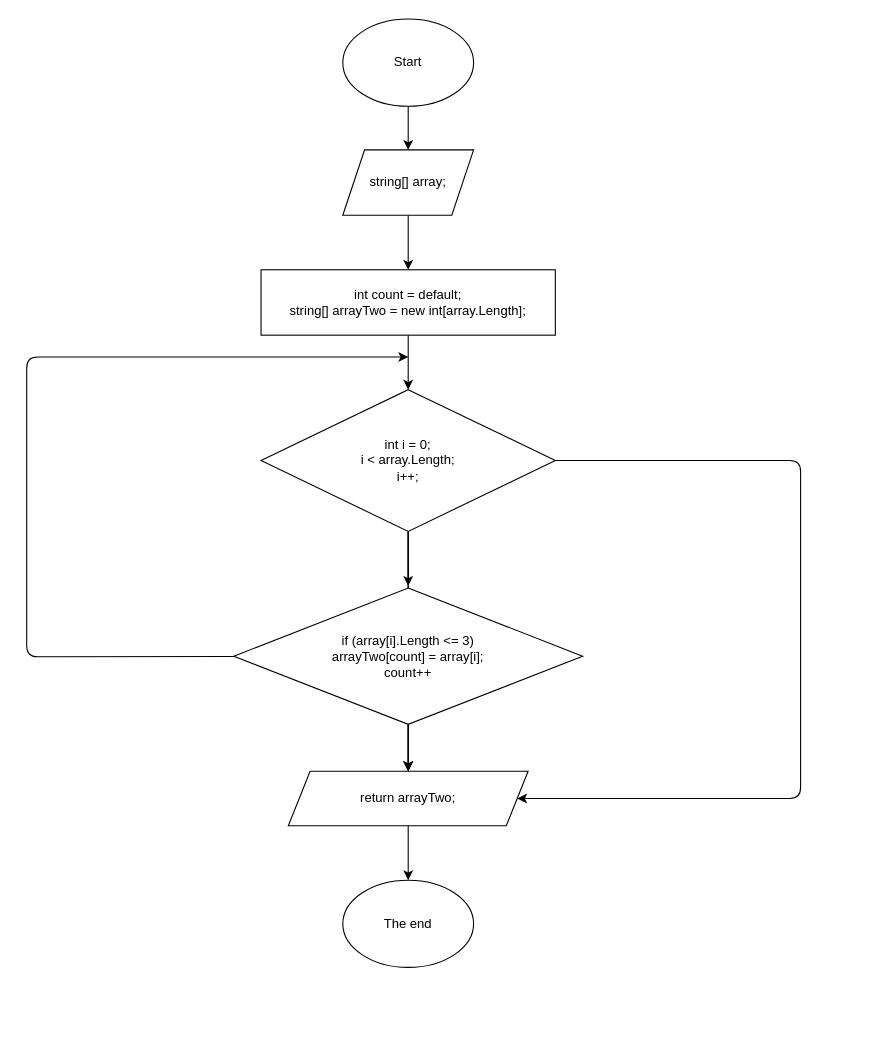
AlexSartsev/Finish_project keeps this draw.io diagram as schema/NumberOfCharacters_method.drawio. Above is the earlier version. Source tidied: cells renumbered, new cells numbered last; positions are measured from the earlier drawing's top-left corner, leaving out a move shared by most shapes. Both pictures are drawn from the tidied source at 109%, with x=0, y=0 at pixel (26, 19).
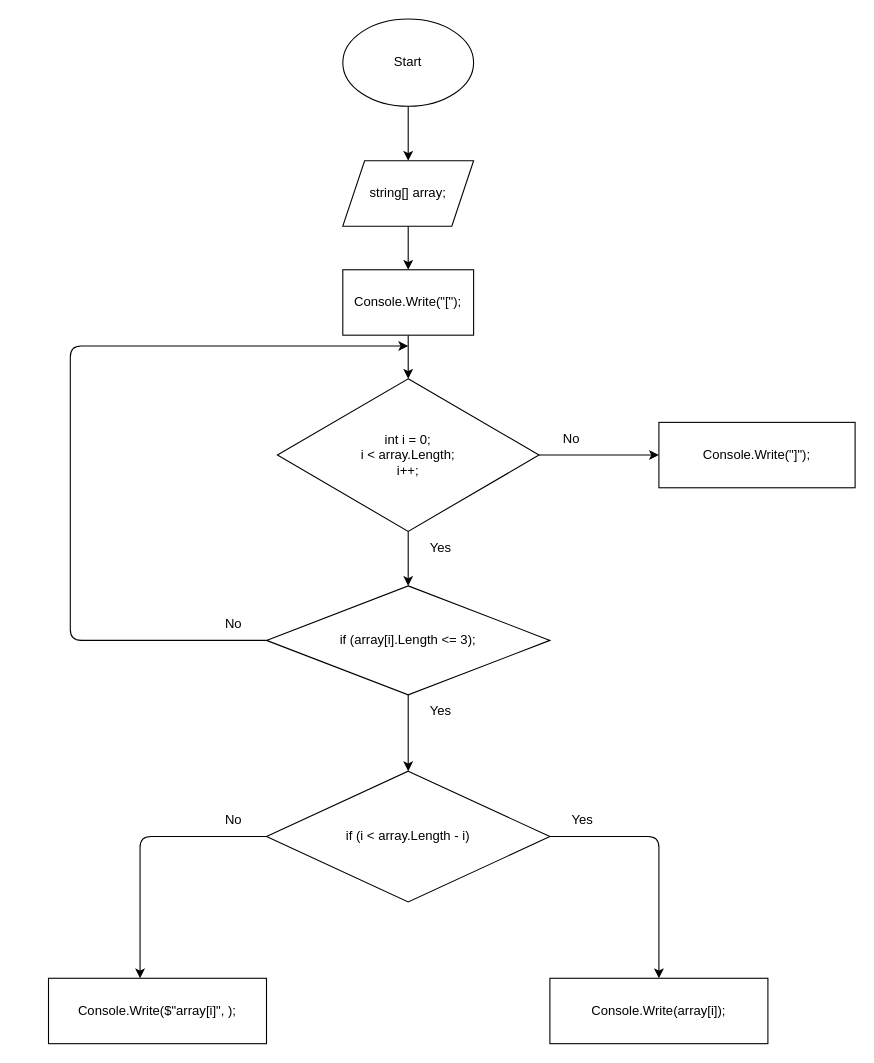
The same diagram, later.

Diff of the diagram source:
```diff
@@
-    <mxCell id="2" style="edgeStyle=none;html=1;entryX=0.5;entryY=0;entryDx=0;entryDy=0;" parent="1" edge="1" source="3" target="5">
-      <mxGeometry relative="1" as="geometry" />
-    </mxCell>
-    <mxCell id="3" value="Start" style="ellipse;whiteSpace=wrap;html=1;" parent="1" vertex="1">
-      <mxGeometry x="290" width="120" height="80" as="geometry" />
-    </mxCell>
-    <mxCell id="4" style="edgeStyle=none;html=1;entryX=0.5;entryY=0;entryDx=0;entryDy=0;" parent="1" edge="1" source="5" target="7">
-      <mxGeometry relative="1" as="geometry" />
-    </mxCell>
+    <mxCell id="20" style="edgeStyle=none;html=1;entryX=0.5;entryY=0;entryDx=0;entryDy=0;" parent="1" edge="1" source="11" target="5">
+      <mxGeometry relative="1" as="geometry" />
+    </mxCell>
+    <mxCell id="11" value="Start" style="ellipse;whiteSpace=wrap;html=1;" parent="1" vertex="1">
+      <mxGeometry x="290" width="120" height="80" as="geometry" />
+    </mxCell>
+    <mxCell id="21" style="edgeStyle=none;html=1;entryX=0.5;entryY=0;entryDx=0;entryDy=0;" parent="1" edge="1" source="5" target="25">
+      <mxGeometry relative="1" as="geometry" />
+    </mxCell>
     <mxCell id="5" value="string[] array;" style="shape=parallelogram;perimeter=parallelogramPerimeter;whiteSpace=wrap;html=1;fixedSize=1;" parent="1" vertex="1">
-      <mxGeometry x="290" y="120" width="120" height="60" as="geometry" />
+      <mxGeometry x="290" y="130" width="120" height="60" as="geometry" />
     </mxCell>
-    <mxCell id="6" style="edgeStyle=none;html=1;" parent="1" edge="1" source="7" target="12">
-      <mxGeometry relative="1" as="geometry" />
-    </mxCell>
-    <mxCell id="7" value="int count = default;&lt;br&gt;string[] arrayTwo = new int[array.Length];" style="rounded=0;whiteSpace=wrap;html=1;" parent="1" vertex="1">
-      <mxGeometry x="215" y="230" width="270" height="60" as="geometry" />
-    </mxCell>
-    <mxCell id="8" style="edgeStyle=none;html=1;" parent="1" edge="1" source="12">
-      <mxGeometry relative="1" as="geometry">
-        <mxPoint x="350" y="520" as="targetPoint" />
-      </mxGeometry>
-    </mxCell>
-    <mxCell id="9" style="edgeStyle=none;html=1;" parent="1" edge="1" source="12">
-      <mxGeometry relative="1" as="geometry">
-        <mxPoint x="350" y="690" as="targetPoint" />
-      </mxGeometry>
-    </mxCell>
-    <mxCell id="10" style="edgeStyle=none;html=1;entryX=0.5;entryY=0;entryDx=0;entryDy=0;startArrow=none;" parent="1" edge="1" source="18" target="16">
-      <mxGeometry relative="1" as="geometry" />
-    </mxCell>
-    <mxCell id="11" style="edgeStyle=none;html=1;" parent="1" edge="1" source="12" target="16">
-      <mxGeometry relative="1" as="geometry">
-        <Array as="points">
-          <mxPoint x="710" y="405" />
-          <mxPoint x="710" y="715" />
-        </Array>
-      </mxGeometry>
-    </mxCell>
+    <mxCell id="22" style="edgeStyle=none;html=1;entryX=0;entryY=0.5;entryDx=0;entryDy=0;" parent="1" edge="1" source="12" target="31">
+      <mxGeometry relative="1" as="geometry" />
+    </mxCell>
+    <mxCell id="23" style="edgeStyle=none;html=1;entryX=0.5;entryY=0;entryDx=0;entryDy=0;" parent="1" edge="1" source="12">
+      <mxGeometry relative="1" as="geometry">
+        <mxPoint x="350" y="520" as="targetPoint" />
+      </mxGeometry>
+    </mxCell>
     <mxCell id="12" value="int i = 0;&lt;br&gt;i &amp;lt; array.Length;&lt;br&gt;i++;" style="rhombus;whiteSpace=wrap;html=1;" parent="1" vertex="1">
-      <mxGeometry x="215" y="340" width="270" height="130" as="geometry" />
+      <mxGeometry x="230" y="330" width="240" height="140" as="geometry" />
     </mxCell>
-    <mxCell id="13" style="edgeStyle=none;html=1;entryX=0.5;entryY=0;entryDx=0;entryDy=0;" parent="1" edge="1" source="18" target="16">
-      <mxGeometry relative="1" as="geometry" />
-    </mxCell>
-    <mxCell id="14" style="edgeStyle=none;html=1;" parent="1" edge="1" source="18">
-      <mxGeometry relative="1" as="geometry">
-        <mxPoint x="350" y="310" as="targetPoint" />
-        <Array as="points">
-          <mxPoint y="585" />
-          <mxPoint y="310" />
-        </Array>
-      </mxGeometry>
-    </mxCell>
-    <mxCell id="15" style="edgeStyle=none;html=1;entryX=0.5;entryY=0;entryDx=0;entryDy=0;" parent="1" edge="1" source="16" target="17">
-      <mxGeometry relative="1" as="geometry" />
-    </mxCell>
-    <mxCell id="16" value="return arrayTwo;" style="shape=parallelogram;perimeter=parallelogramPerimeter;whiteSpace=wrap;html=1;fixedSize=1;" parent="1" vertex="1">
-      <mxGeometry x="240" y="690" width="220" height="50" as="geometry" />
-    </mxCell>
-    <mxCell id="17" value="The end" style="ellipse;whiteSpace=wrap;html=1;" parent="1" vertex="1">
-      <mxGeometry x="290" y="790" width="120" height="80" as="geometry" />
-    </mxCell>
-    <mxCell id="18" value="if (array[i].Length &amp;lt;= 3)&lt;br&gt;arrayTwo[count] = array[i];&lt;br&gt;count++" style="rhombus;whiteSpace=wrap;html=1;" parent="1" vertex="1">
-      <mxGeometry x="190" y="522" width="320" height="125" as="geometry" />
-    </mxCell>
-    <mxCell id="19" style="edgeStyle=none;html=1;entryX=0.5;entryY=0;entryDx=0;entryDy=0;endArrow=none;" parent="1" edge="1" source="12" target="18">
-      <mxGeometry relative="1" as="geometry" />
-    </mxCell>
+    <mxCell id="24" style="edgeStyle=none;html=1;entryX=0.5;entryY=0;entryDx=0;entryDy=0;" parent="1" edge="1" source="25" target="12">
+      <mxGeometry relative="1" as="geometry" />
+    </mxCell>
+    <mxCell id="25" value="Console.Write(&quot;[&quot;);" style="rounded=0;whiteSpace=wrap;html=1;" parent="1" vertex="1">
+      <mxGeometry x="290" y="230" width="120" height="60" as="geometry" />
+    </mxCell>
+    <mxCell id="26" style="edgeStyle=none;html=1;entryX=0.5;entryY=0;entryDx=0;entryDy=0;" parent="1" edge="1" source="28" target="30">
+      <mxGeometry relative="1" as="geometry">
+        <Array as="points">
+          <mxPoint x="580" y="750" />
+        </Array>
+      </mxGeometry>
+    </mxCell>
+    <mxCell id="27" style="edgeStyle=none;html=1;entryX=0.42;entryY=0;entryDx=0;entryDy=0;entryPerimeter=0;" parent="1" edge="1" source="28" target="29">
+      <mxGeometry relative="1" as="geometry">
+        <Array as="points">
+          <mxPoint x="104" y="750" />
+        </Array>
+      </mxGeometry>
+    </mxCell>
+    <mxCell id="28" value="if (i &amp;lt; array.Length - i)" style="rhombus;whiteSpace=wrap;html=1;" parent="1" vertex="1">
+      <mxGeometry x="220" y="690" width="260" height="120" as="geometry" />
+    </mxCell>
+    <mxCell id="29" value="Console.Write($&quot;array[i]&quot;, );" style="rounded=0;whiteSpace=wrap;html=1;" parent="1" vertex="1">
+      <mxGeometry x="20" y="880" width="200" height="60" as="geometry" />
+    </mxCell>
+    <mxCell id="30" value="Console.Write(array[i]);" style="rounded=0;whiteSpace=wrap;html=1;" parent="1" vertex="1">
+      <mxGeometry x="480" y="880" width="200" height="60" as="geometry" />
+    </mxCell>
+    <mxCell id="31" value="Console.Write(&quot;]&quot;);" style="rounded=0;whiteSpace=wrap;html=1;" parent="1" vertex="1">
+      <mxGeometry x="580" y="370" width="180" height="60" as="geometry" />
+    </mxCell>
+    <mxCell id="32" style="edgeStyle=none;html=1;entryX=0.5;entryY=0;entryDx=0;entryDy=0;" parent="1" edge="1" source="34" target="28">
+      <mxGeometry relative="1" as="geometry" />
+    </mxCell>
+    <mxCell id="33" style="edgeStyle=none;html=1;" parent="1" edge="1" source="34">
+      <mxGeometry relative="1" as="geometry">
+        <mxPoint x="350" y="300" as="targetPoint" />
+        <Array as="points">
+          <mxPoint x="40" y="570" />
+          <mxPoint x="40" y="440" />
+          <mxPoint x="40" y="300" />
+        </Array>
+      </mxGeometry>
+    </mxCell>
+    <mxCell id="34" value="if (array[i].Length &amp;lt;= 3);" style="rhombus;whiteSpace=wrap;html=1;" parent="1" vertex="1">
+      <mxGeometry x="220" y="520" width="260" height="100" as="geometry" />
+    </mxCell>
+    <mxCell id="35" value="Yes" style="text;html=1;strokeColor=none;fillColor=none;align=center;verticalAlign=middle;whiteSpace=wrap;rounded=0;" parent="1" vertex="1">
+      <mxGeometry x="350" y="470" width="60" height="30" as="geometry" />
+    </mxCell>
+    <mxCell id="36" value="No" style="text;html=1;strokeColor=none;fillColor=none;align=center;verticalAlign=middle;whiteSpace=wrap;rounded=0;" parent="1" vertex="1">
+      <mxGeometry x="470" y="370" width="60" height="30" as="geometry" />
+    </mxCell>
+    <mxCell id="37" value="Yes" style="text;html=1;strokeColor=none;fillColor=none;align=center;verticalAlign=middle;whiteSpace=wrap;rounded=0;" parent="1" vertex="1">
+      <mxGeometry x="350" y="620" width="60" height="30" as="geometry" />
+    </mxCell>
+    <mxCell id="38" value="No" style="text;html=1;strokeColor=none;fillColor=none;align=center;verticalAlign=middle;whiteSpace=wrap;rounded=0;" parent="1" vertex="1">
+      <mxGeometry x="160" y="540" width="60" height="30" as="geometry" />
+    </mxCell>
+    <mxCell id="39" value="No" style="text;html=1;strokeColor=none;fillColor=none;align=center;verticalAlign=middle;whiteSpace=wrap;rounded=0;" parent="1" vertex="1">
+      <mxGeometry x="160" y="720" width="60" height="30" as="geometry" />
+    </mxCell>
+    <mxCell id="40" value="Yes" style="text;html=1;strokeColor=none;fillColor=none;align=center;verticalAlign=middle;whiteSpace=wrap;rounded=0;" parent="1" vertex="1">
+      <mxGeometry x="480" y="720" width="60" height="30" as="geometry" />
+    </mxCell>
```
